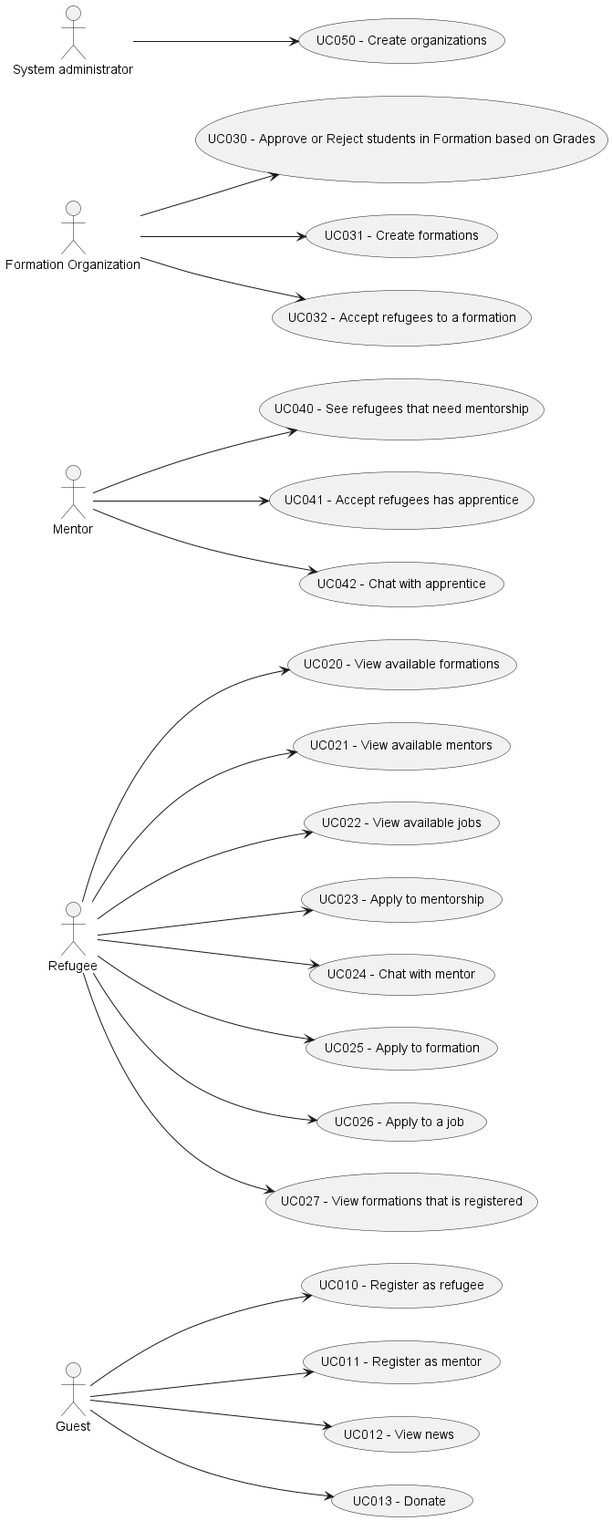
This is Doc/Requirements/png/UseCaseDiagram.png from kanzodotjava/RefugeeLINK, a PlantUML export, as it was before one commit.
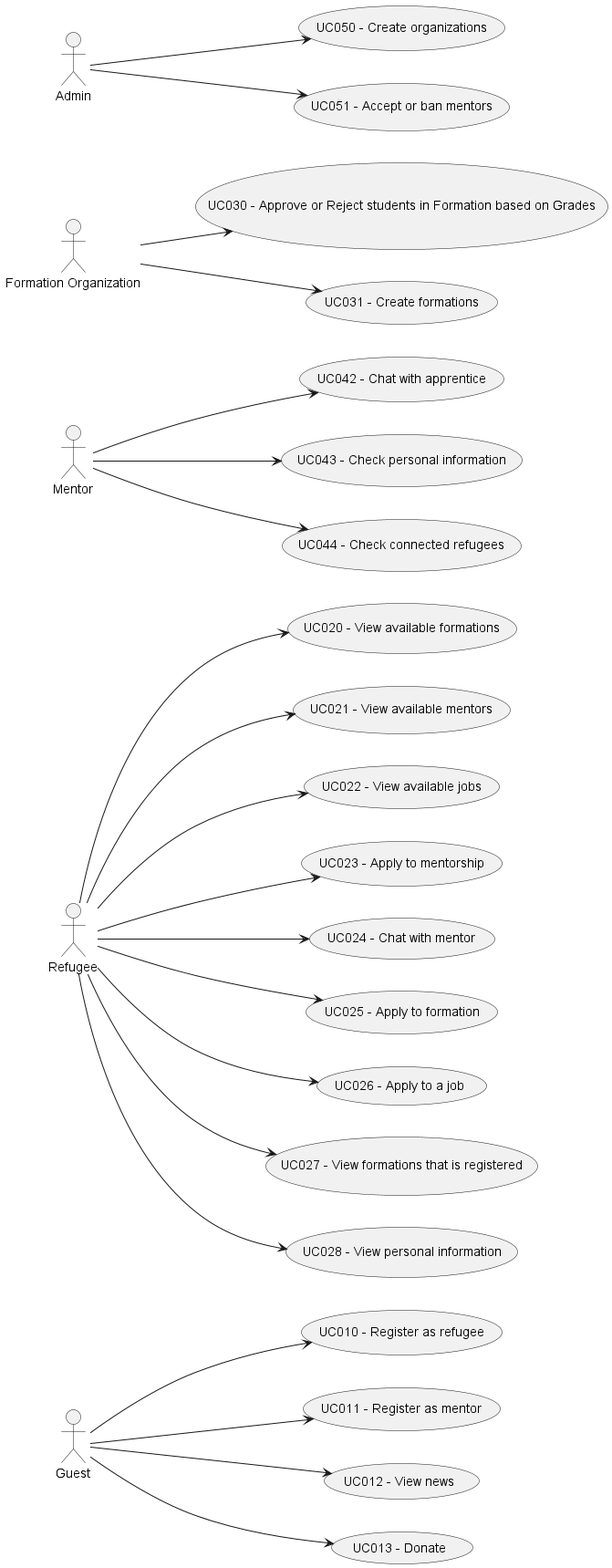
Above is the later version.

Diff of the diagram source:
```diff
@@ -6,7 +6,7 @@
 actor "Refugee" as Refugee
 actor "Mentor" as Mentor
 actor "Formation Organization" as Org
-actor "System administrator" as Admin
+actor "Admin" as Admin
 
 usecase "UC010 - Register as refugee" as UC010
 usecase "UC011 - Register as mentor" as UC011
@@ -22,17 +22,18 @@
 usecase "UC025 - Apply to formation" as UC025
 usecase "UC026 - Apply to a job" as UC026
 usecase "UC027 - View formations that is registered" as UC027
+usecase "UC028 - View personal information" as UC028
 
 
 usecase "UC030 - Approve or Reject students in Formation based on Grades" as UC030
 usecase "UC031 - Create formations" as UC031
-usecase "UC032 - Accept refugees to a formation" as UC032
 
-usecase "UC040 - See refugees that need mentorship" as UC040
-usecase "UC041 - Accept refugees has apprentice" as UC041
 usecase "UC042 - Chat with apprentice" as UC042
+usecase "UC043 - Check personal information" as UC043
+usecase "UC044 - Check connected refugees" as UC044
 
 usecase "UC050 - Create organizations" as UC050
+usecase "UC051 - Accept or ban mentors" as UC051
 
 
 Guest --> UC010
@@ -48,18 +49,18 @@
 Refugee --> UC027
 Refugee --> UC023
 Refugee --> UC024
-
+Refugee --> UC028
 
 
 Org --> UC030
 Org --> UC031
-Org --> UC032
 
-Mentor --> UC040
-Mentor --> UC041
 Mentor --> UC042
+Mentor --> UC043
+Mentor --> UC044
 
 Admin --> UC050
+Admin --> UC051
 
 
 
```
